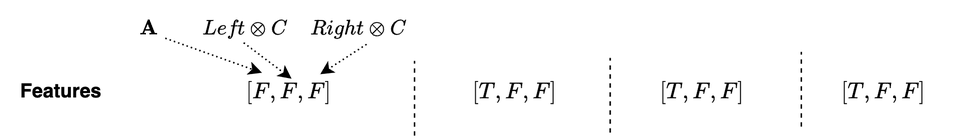
The draw.io diagram figures/FeaturesSequenceClassification.png in cair/GraphTsetlinMachine, before a commit. Source tidied: cells renumbered, new cells last; positions are measured from the earlier drawing's top-left corner, leaving out a move shared by most shapes.
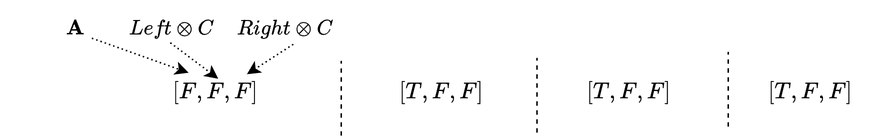
Above is the later version.

The edit, as a diff of the source:
```diff
@@ -14,9 +14,6 @@
     <mxCell id="5" value="&lt;font style=&quot;font-size: 13px;&quot;&gt;$$[T, F, F]$$&lt;/font&gt;" style="text;html=1;align=center;verticalAlign=middle;strokeColor=none;fillColor=none;" parent="1" vertex="1">
       <mxGeometry x="539" y="42" width="100" height="30" as="geometry" />
     </mxCell>
-    <mxCell id="6" value="&lt;b&gt;&lt;font style=&quot;font-size: 13px;&quot;&gt;Features&lt;/font&gt;&lt;/b&gt;" style="text;html=1;align=center;verticalAlign=middle;strokeColor=none;fillColor=none;" parent="1" vertex="1">
-      <mxGeometry y="41" width="80" height="30" as="geometry" />
-    </mxCell>
     <mxCell id="7" value="$$\textbf{A}$$" style="text;html=1;align=center;verticalAlign=middle;strokeColor=none;fillColor=none;" parent="1" vertex="1">
       <mxGeometry x="49" width="100" height="30" as="geometry" />
     </mxCell>
```
